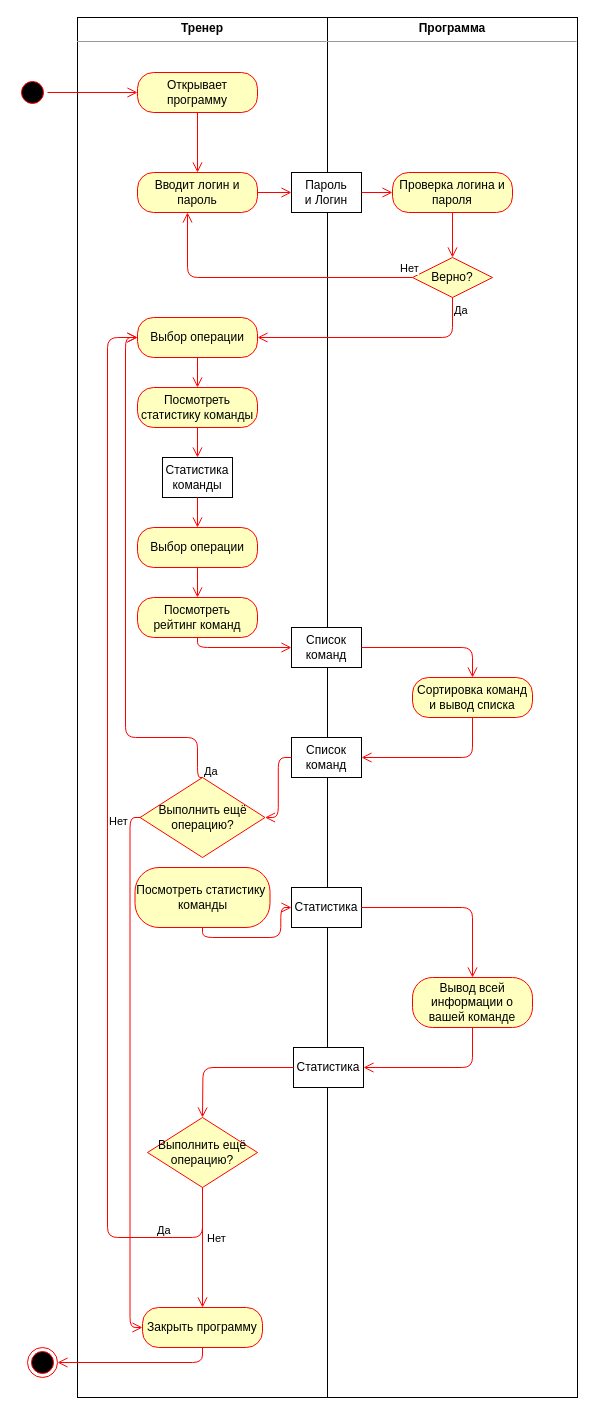
hardlywave/PPVIS keeps this draw.io diagram as page "Page-1" (1 of 8) of business_process_diagram.drawio. Above is the earlier version. Source tidied: cells renumbered, new cells numbered last; positions are measured from the earlier drawing's top-left corner, leaving out a move shared by most shapes. Both pictures are drawn from the tidied source at 100%, with x=0, y=0 at pixel (17, 17).
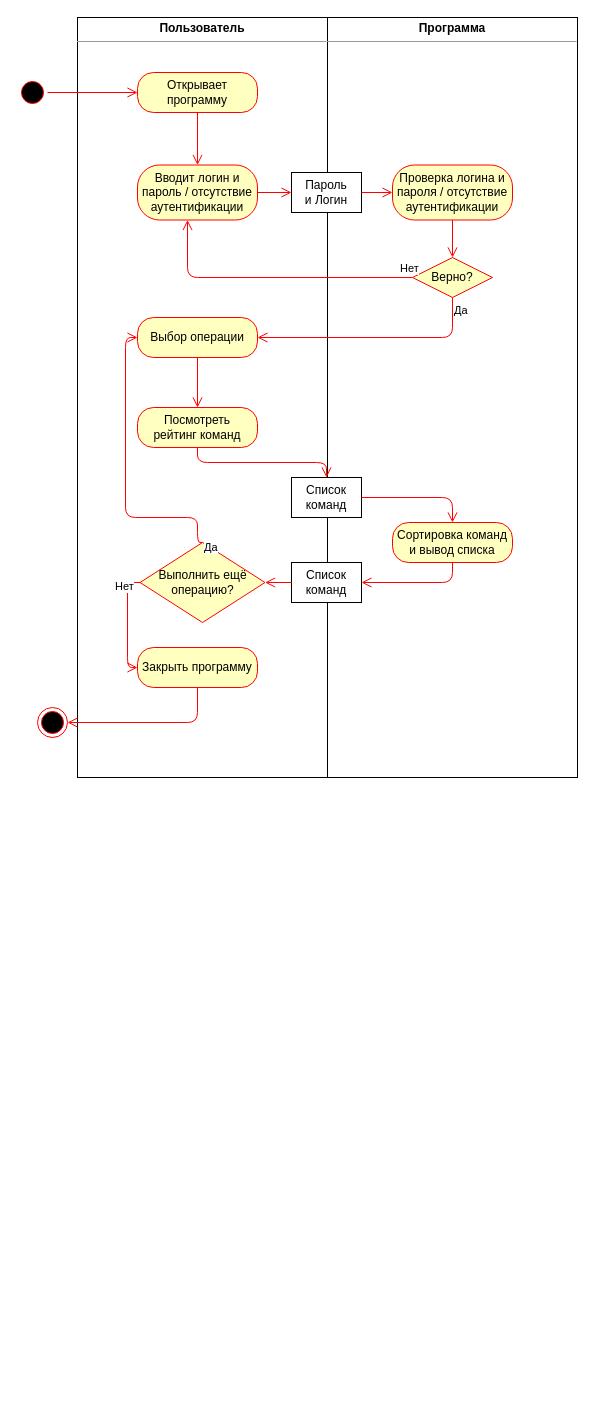
The same page after the edit.

Commit message (it also covers changes not shown here):
Business and use case diagrams in Swimming.docx

Unchanged cells that the change refers to:
```xml
<mxCell id="15" value="Выбор операции" style="rounded=1;whiteSpace=wrap;html=1;arcSize=40;fontColor=#000000;fillColor=#ffffc0;strokeColor=#ff0000;" parent="1" vertex="1">
  <mxGeometry x="120" y="300" width="120" height="40" as="geometry" />
</mxCell>
```

The edit, as a diff of the source:
```diff
@@
-    <mxCell id="2" value="&lt;p style=&quot;margin: 0px ; margin-top: 4px ; text-align: center&quot;&gt;&lt;b&gt;Тренер&lt;/b&gt;&lt;/p&gt;&lt;hr size=&quot;1&quot;&gt;&lt;div style=&quot;height: 2px&quot;&gt;&lt;/div&gt;" style="verticalAlign=top;align=left;overflow=fill;fontSize=12;fontFamily=Helvetica;html=1;" parent="1" vertex="1">
-      <mxGeometry x="60" width="250" height="1380" as="geometry" />
+    <mxCell id="2" value="&lt;p style=&quot;margin: 0px ; margin-top: 4px ; text-align: center&quot;&gt;&lt;b&gt;Пользователь&lt;/b&gt;&lt;/p&gt;&lt;hr size=&quot;1&quot;&gt;&lt;div style=&quot;height: 2px&quot;&gt;&lt;/div&gt;" style="verticalAlign=top;align=left;overflow=fill;fontSize=12;fontFamily=Helvetica;html=1;" parent="1" vertex="1">
+      <mxGeometry x="60" width="250" height="760" as="geometry" />
     </mxCell>
     <mxCell id="3" value="&lt;p style=&quot;margin: 0px ; margin-top: 4px ; text-align: center&quot;&gt;&lt;b&gt;Программа&lt;/b&gt;&lt;/p&gt;&lt;hr size=&quot;1&quot;&gt;&lt;div style=&quot;height: 2px&quot;&gt;&lt;/div&gt;" style="verticalAlign=top;align=left;overflow=fill;fontSize=12;fontFamily=Helvetica;html=1;" parent="1" vertex="1">
-      <mxGeometry x="310" width="250" height="1380" as="geometry" />
+      <mxGeometry x="310" width="250" height="760" as="geometry" />
     </mxCell>
@@
-    <mxCell id="8" value="Вводит логин и пароль" style="rounded=1;whiteSpace=wrap;html=1;arcSize=40;fontColor=#000000;fillColor=#ffffc0;strokeColor=#ff0000;" parent="1" vertex="1">
-      <mxGeometry x="120" y="155" width="120" height="40" as="geometry" />
+    <mxCell id="8" value="Вводит логин и пароль / отсутствие аутентификации" style="rounded=1;whiteSpace=wrap;html=1;arcSize=40;fontColor=#000000;fillColor=#ffffc0;strokeColor=#ff0000;" parent="1" vertex="1">
+      <mxGeometry x="120" y="147.5" width="120" height="55" as="geometry" />
     </mxCell>
@@
-    <mxCell id="13" value="Проверка логина и пароля" style="rounded=1;whiteSpace=wrap;html=1;arcSize=40;fontColor=#000000;fillColor=#ffffc0;strokeColor=#ff0000;" parent="1" vertex="1">
-      <mxGeometry x="375" y="155" width="120" height="40" as="geometry" />
+    <mxCell id="13" value="Проверка логина и пароля / отсутствие аутентификации" style="rounded=1;whiteSpace=wrap;html=1;arcSize=40;fontColor=#000000;fillColor=#ffffc0;strokeColor=#ff0000;" parent="1" vertex="1">
+      <mxGeometry x="375" y="147.5" width="120" height="55" as="geometry" />
     </mxCell>
@@
-    <mxCell id="16" value="Посмотреть статистику команды" style="rounded=1;whiteSpace=wrap;html=1;arcSize=40;fontColor=#000000;fillColor=#ffffc0;strokeColor=#ff0000;" parent="1" vertex="1">
-      <mxGeometry x="120" y="370" width="120" height="40" as="geometry" />
-    </mxCell>
-    <mxCell id="17" style="edgeStyle=orthogonalEdgeStyle;html=1;verticalAlign=bottom;endArrow=open;endSize=8;strokeColor=#ff0000;" parent="1" edge="1" source="15" target="16">
+    <mxCell id="17" style="edgeStyle=orthogonalEdgeStyle;html=1;verticalAlign=bottom;endArrow=open;endSize=8;strokeColor=#ff0000;" parent="1" edge="1" source="15" target="18">
       <mxGeometry relative="1" as="geometry" />
     </mxCell>
     <mxCell id="18" value="Посмотреть&lt;br&gt;рейтинг команд" style="rounded=1;whiteSpace=wrap;html=1;arcSize=40;fontColor=#000000;fillColor=#ffffc0;strokeColor=#ff0000;" parent="1" vertex="1">
-      <mxGeometry x="120" y="580" width="120" height="40" as="geometry" />
+      <mxGeometry x="120" y="390" width="120" height="40" as="geometry" />
     </mxCell>
-    <mxCell id="19" style="edgeStyle=orthogonalEdgeStyle;html=1;verticalAlign=bottom;endArrow=open;endSize=8;strokeColor=#ff0000;exitX=0.5;exitY=1;exitDx=0;exitDy=0;" parent="1" edge="1" source="16" target="35">
-      <mxGeometry relative="1" as="geometry" />
-    </mxCell>
     <mxCell id="20" value="Список&lt;br&gt;команд" style="rounded=0;whiteSpace=wrap;html=1;" parent="1" vertex="1">
-      <mxGeometry x="274" y="610" width="70" height="40" as="geometry" />
+      <mxGeometry x="274" y="460" width="70" height="40" as="geometry" />
     </mxCell>
     <mxCell id="21" value="Сортировка команд&lt;br&gt;и вывод списка" style="rounded=1;whiteSpace=wrap;html=1;arcSize=40;fontColor=#000000;fillColor=#ffffc0;strokeColor=#ff0000;" parent="1" vertex="1">
-      <mxGeometry x="395" y="660" width="120" height="40" as="geometry" />
+      <mxGeometry x="375" y="505" width="120" height="40" as="geometry" />
     </mxCell>
@@
     <mxCell id="24" value="Список команд" style="rounded=0;whiteSpace=wrap;html=1;" parent="1" vertex="1">
-      <mxGeometry x="274" y="720" width="70" height="40" as="geometry" />
+      <mxGeometry x="274" y="545" width="70" height="40" as="geometry" />
     </mxCell>
@@
     <mxCell id="27" value="Выполнить ещё операцию?" style="rhombus;whiteSpace=wrap;html=1;fillColor=#ffffc0;strokeColor=#ff0000;" parent="1" vertex="1">
-      <mxGeometry x="122.5" y="760" width="125" height="80" as="geometry" />
+      <mxGeometry x="122.5" y="525" width="125" height="80" as="geometry" />
     </mxCell>
@@
     <mxCell id="29" value="Да" style="edgeStyle=orthogonalEdgeStyle;html=1;align=left;verticalAlign=top;endArrow=open;endSize=8;strokeColor=#ff0000;entryX=0;entryY=0.5;entryDx=0;entryDy=0;exitX=0.5;exitY=0;exitDx=0;exitDy=0;" parent="1" edge="1" source="27" target="15">
       <mxGeometry x="-0.91" y="-5" relative="1" as="geometry">
         <Array as="points">
-          <mxPoint x="180" y="720" />
-          <mxPoint x="108" y="720" />
+          <mxPoint x="180" y="525" />
+          <mxPoint x="180" y="500" />
+          <mxPoint x="108" y="500" />
           <mxPoint x="108" y="320" />
         </Array>
       </mxGeometry>
     </mxCell>
     <mxCell id="30" value="Закрыть программу" style="rounded=1;whiteSpace=wrap;html=1;arcSize=40;fontColor=#000000;fillColor=#ffffc0;strokeColor=#ff0000;" parent="1" vertex="1">
-      <mxGeometry x="125" y="1290" width="120" height="40" as="geometry" />
+      <mxGeometry x="120" y="630" width="120" height="40" as="geometry" />
     </mxCell>
     <mxCell id="31" style="ellipse;html=1;shape=endState;fillColor=#000000;strokeColor=#ff0000;" parent="1" vertex="1">
-      <mxGeometry x="10" y="1330" width="30" height="30" as="geometry" />
+      <mxGeometry x="20" y="690" width="30" height="30" as="geometry" />
     </mxCell>
@@
-    <mxCell id="35" value="Статистика команды" style="rounded=0;whiteSpace=wrap;html=1;" parent="1" vertex="1">
-      <mxGeometry x="145" y="440" width="70" height="40" as="geometry" />
-    </mxCell>
-    <mxCell id="36" style="edgeStyle=orthogonalEdgeStyle;html=1;verticalAlign=bottom;endArrow=open;endSize=8;strokeColor=#ff0000;exitX=0.5;exitY=1;exitDx=0;exitDy=0;entryX=0.5;entryY=0;entryDx=0;entryDy=0;" parent="1" edge="1" source="35" target="37">
-      <mxGeometry relative="1" as="geometry" />
-    </mxCell>
-    <mxCell id="37" value="Выбор операции" style="rounded=1;whiteSpace=wrap;html=1;arcSize=40;fontColor=#000000;fillColor=#ffffc0;strokeColor=#ff0000;" parent="1" vertex="1">
-      <mxGeometry x="120" y="510" width="120" height="40" as="geometry" />
-    </mxCell>
-    <mxCell id="38" style="edgeStyle=orthogonalEdgeStyle;html=1;verticalAlign=bottom;endArrow=open;endSize=8;strokeColor=#ff0000;" parent="1" edge="1" source="37" target="18">
-      <mxGeometry relative="1" as="geometry" />
-    </mxCell>
-    <mxCell id="39" value="Посмотреть статистику&amp;nbsp;&lt;br&gt;команды" style="rounded=1;whiteSpace=wrap;html=1;arcSize=40;fontColor=#000000;fillColor=#ffffc0;strokeColor=#ff0000;" parent="1" vertex="1">
-      <mxGeometry x="117.5" y="850" width="135" height="60" as="geometry" />
-    </mxCell>
-    <mxCell id="40" value="Вывод всей информации о вашей команде" style="rounded=1;whiteSpace=wrap;html=1;arcSize=40;fontColor=#000000;fillColor=#ffffc0;strokeColor=#ff0000;" parent="1" vertex="1">
-      <mxGeometry x="395" y="960" width="120" height="50" as="geometry" />
-    </mxCell>
-    <mxCell id="41" value="Статистика" style="rounded=0;whiteSpace=wrap;html=1;" parent="1" vertex="1">
-      <mxGeometry x="274" y="870" width="70" height="40" as="geometry" />
-    </mxCell>
-    <mxCell id="42" value="Выполнить ещё операцию?" style="rhombus;whiteSpace=wrap;html=1;fillColor=#ffffc0;strokeColor=#ff0000;" parent="1" vertex="1">
-      <mxGeometry x="130" y="1100" width="110" height="70" as="geometry" />
-    </mxCell>
-    <mxCell id="43" value="Нет" style="edgeStyle=orthogonalEdgeStyle;html=1;align=left;verticalAlign=bottom;endArrow=open;endSize=8;strokeColor=#ff0000;entryX=0.5;entryY=0;entryDx=0;entryDy=0;" parent="1" edge="1" source="42" target="30">
-      <mxGeometry y="3" relative="1" as="geometry" />
-    </mxCell>
-    <mxCell id="44" value="Да" style="edgeStyle=orthogonalEdgeStyle;html=1;align=left;verticalAlign=top;endArrow=open;endSize=8;strokeColor=#ff0000;entryX=0;entryY=0.5;entryDx=0;entryDy=0;" parent="1" edge="1" source="42" target="15">
-      <mxGeometry x="-0.82" y="-20" relative="1" as="geometry">
-        <Array as="points">
-          <mxPoint x="185" y="1220" />
-          <mxPoint x="90" y="1220" />
-          <mxPoint x="90" y="320" />
-        </Array>
-      </mxGeometry>
-    </mxCell>
-    <mxCell id="45" style="edgeStyle=orthogonalEdgeStyle;html=1;verticalAlign=bottom;endArrow=open;endSize=8;strokeColor=#ff0000;exitX=0.5;exitY=1;exitDx=0;exitDy=0;" parent="1" edge="1" source="39" target="41">
-      <mxGeometry relative="1" as="geometry" />
-    </mxCell>
-    <mxCell id="46" style="edgeStyle=orthogonalEdgeStyle;html=1;verticalAlign=bottom;endArrow=open;endSize=8;strokeColor=#ff0000;entryX=0.5;entryY=0;entryDx=0;entryDy=0;" parent="1" edge="1" source="41" target="40">
-      <mxGeometry relative="1" as="geometry" />
-    </mxCell>
-    <mxCell id="47" style="edgeStyle=orthogonalEdgeStyle;html=1;verticalAlign=bottom;endArrow=open;endSize=8;strokeColor=#ff0000;entryX=1;entryY=0.5;entryDx=0;entryDy=0;exitX=0.5;exitY=1;exitDx=0;exitDy=0;" parent="1" edge="1" source="40" target="48">
-      <mxGeometry relative="1" as="geometry" />
-    </mxCell>
-    <mxCell id="48" value="Статистика" style="rounded=0;whiteSpace=wrap;html=1;" parent="1" vertex="1">
-      <mxGeometry x="276" y="1030" width="70" height="40" as="geometry" />
-    </mxCell>
-    <mxCell id="49" style="edgeStyle=orthogonalEdgeStyle;html=1;verticalAlign=bottom;endArrow=open;endSize=8;strokeColor=#ff0000;entryX=0.5;entryY=0;entryDx=0;entryDy=0;" parent="1" edge="1" source="48">
-      <mxGeometry relative="1" as="geometry">
-        <mxPoint x="185" y="1100" as="targetPoint" />
-      </mxGeometry>
-    </mxCell>
```
